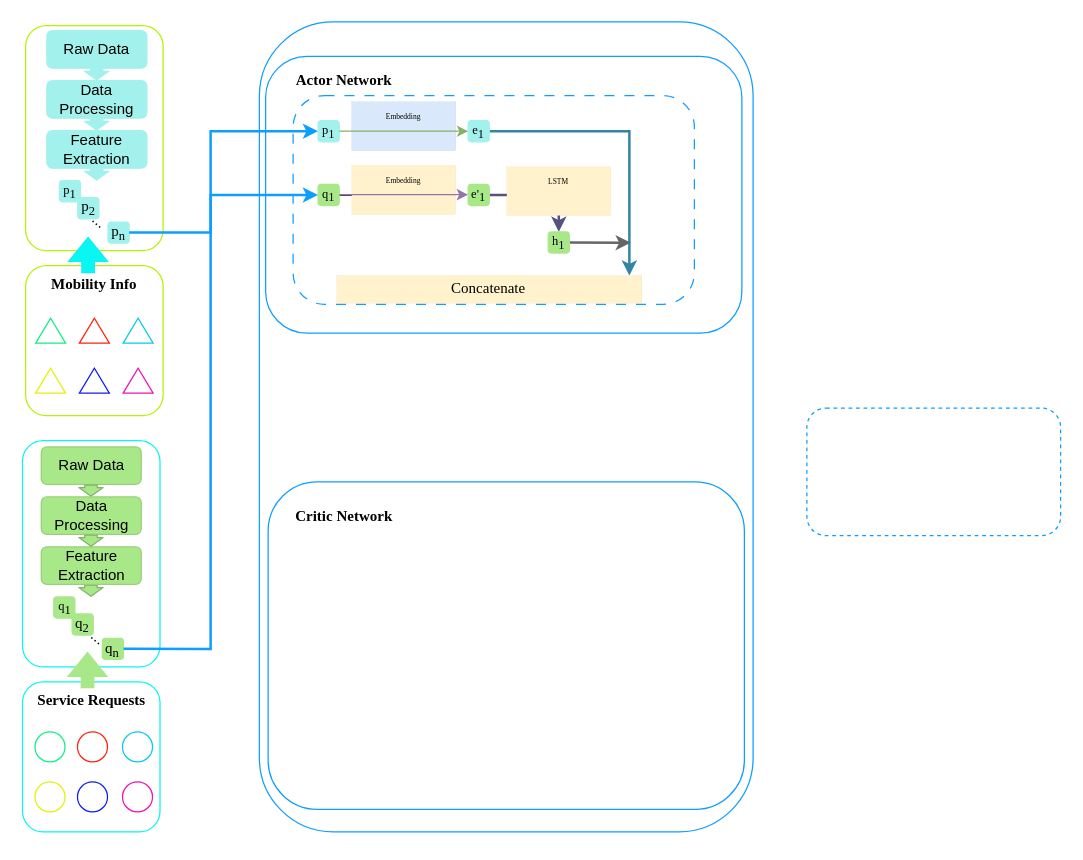
The draw.io diagram 3.drawio in DCLe-DA/Learning-DL-by-Hand, before the edit. Source tidied: cells renumbered, new cells numbered last; positions are measured from the earlier drawing's top-left corner, leaving out a move shared by most shapes. Both pictures are drawn from the tidied source at 125%, with x=0, y=0 at pixel (22, 21).
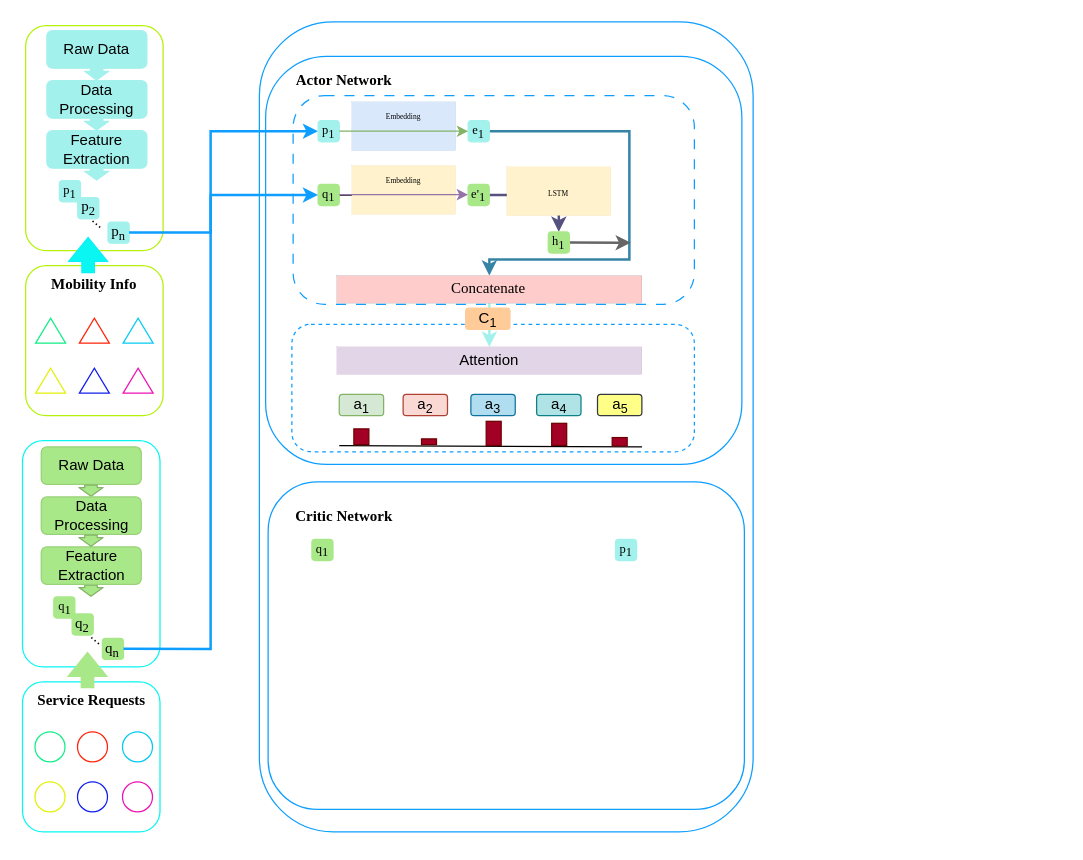
The same diagram, later.

Unchanged cells that the change refers to:
```xml
<mxCell id="74" value="&lt;font style=&quot;font-size: 10px;&quot; face=&quot;Times New Roman&quot;&gt;&lt;span style=&quot;font-size: 10px;&quot;&gt;e&lt;/span&gt;&lt;sub style=&quot;font-size: 10px;&quot;&gt;1&lt;/sub&gt;&lt;/font&gt;" style="whiteSpace=wrap;html=1;rounded=1;strokeColor=#A2F1EC;fillColor=#A2F1EC;" parent="1" vertex="1">
  <mxGeometry x="356" y="79" width="16.9" height="16.9" as="geometry" />
</mxCell>
<mxCell id="84" style="group;" parent="1" vertex="1">
  <mxGeometry x="387" y="116" width="83" height="38.9" as="geometry" />
</mxCell>
```

The edit, as a diff of the source:
```diff
@@
+    <mxCell id="93" style="edgeStyle=none;rounded=0;jettySize=auto;html=1;exitX=0.5;exitY=1;exitDx=0;exitDy=0;fontFamily=Helvetica;fontSize=12;fontColor=default;strokeWidth=2;strokeColor=#A2F1EC;" parent="1" edge="1" source="91" target="96">
+      <mxGeometry relative="1" as="geometry" />
+    </mxCell>
@@
     <mxCell id="63" style="rounded=1;whiteSpace=wrap;html=1;strokeWidth=1;fontFamily=Helvetica;fontSize=12;fontColor=default;fillColor=none;gradientColor=none;strokeColor=#0D9EFF;" parent="1" vertex="1">
-      <mxGeometry x="194" y="27.5" width="381" height="221.5" as="geometry" />
+      <mxGeometry x="194" y="27.5" width="381" height="326.5" as="geometry" />
     </mxCell>
@@
     <mxCell id="68" style="rounded=1;whiteSpace=wrap;html=1;strokeWidth=1;fontFamily=Helvetica;fontSize=12;fontColor=default;fillColor=none;gradientColor=none;strokeColor=#0D9EFF;dashed=1;" parent="1" vertex="1">
-      <mxGeometry x="627" y="309" width="203" height="102" as="geometry" />
+      <mxGeometry x="215" y="241.9" width="322" height="102" as="geometry" />
     </mxCell>
@@
-    <mxCell id="73" style="edgeStyle=orthogonalEdgeStyle;rounded=0;jettySize=auto;html=1;exitX=1;exitY=0.5;exitDx=0;exitDy=0;fontFamily=Helvetica;fontSize=12;fontColor=default;strokeWidth=2;fillColor=#e1d5e7;strokeColor=#3584A6;" parent="1" edge="1" source="74" target="91">
+    <mxCell id="73" style="edgeStyle=orthogonalEdgeStyle;rounded=0;jettySize=auto;html=1;exitX=1;exitY=0.5;exitDx=0;exitDy=0;fontFamily=Helvetica;fontSize=12;fontColor=default;strokeWidth=2;fillColor=#e1d5e7;strokeColor=#3584A6;entryX=0.5;entryY=0;entryDx=0;entryDy=0;" parent="1" edge="1" source="74" target="91">
       <mxGeometry relative="1" as="geometry">
         <Array as="points">
           <mxPoint x="485" y="87" />
+          <mxPoint x="485" y="190" />
+          <mxPoint x="373" y="190" />
         </Array>
       </mxGeometry>
     </mxCell>
@@
     <mxCell id="86" value="&lt;font face=&quot;Times New Roman&quot; style=&quot;font-size: 6px;&quot;&gt;LSTM&lt;/font&gt;" style="text;strokeColor=none;align=center;fillColor=none;html=1;verticalAlign=middle;whiteSpace=wrap;rounded=0;fontSize=12;fontFamily=Helvetica;fontColor=default;" parent="84" vertex="1">
-      <mxGeometry x="30.2" y="5" width="22.5" height="10" as="geometry" />
+      <mxGeometry x="30.2" y="14.5" width="22.5" height="10" as="geometry" />
     </mxCell>
@@
     <mxCell id="90" style="group;" parent="1" vertex="1">
-      <mxGeometry x="331" y="203" width="164" height="38.9" as="geometry" />
+      <mxGeometry x="331" y="203" width="164" height="47" as="geometry" />
     </mxCell>
-    <mxCell id="91" style="rounded=0;whiteSpace=wrap;html=1;strokeWidth=0;fontFamily=Helvetica;fontSize=12;fillColor=#fff2cc;strokeColor=#d6b656;" parent="90" vertex="1">
+    <mxCell id="91" style="rounded=0;whiteSpace=wrap;html=1;strokeWidth=0;fontFamily=Helvetica;fontSize=12;fillColor=#ffcccc;strokeColor=#36393d;" parent="90" vertex="1">
       <mxGeometry x="-80" width="244" height="22" as="geometry" />
     </mxCell>
@@
+    <mxCell id="94" value="C&lt;sub&gt;1&lt;/sub&gt;" style="rounded=1;whiteSpace=wrap;html=1;strokeWidth=1;fontFamily=Helvetica;fontSize=12;fillColor=#ffcc99;strokeColor=#FFCC99;" parent="90" vertex="1">
+      <mxGeometry x="23" y="26" width="35.5" height="17" as="geometry" />
+    </mxCell>
+    <mxCell id="95" style="edgeStyle=none;rounded=0;orthogonalLoop=1;jettySize=auto;html=1;exitX=0;exitY=0;exitDx=0;exitDy=0;fontFamily=Helvetica;fontSize=12;fontColor=default;" parent="90" edge="1" source="94" target="94">
+      <mxGeometry relative="1" as="geometry" />
+    </mxCell>
+    <mxCell id="96" value="Attention" style="rounded=0;whiteSpace=wrap;html=1;strokeWidth=0;fontFamily=Helvetica;fontSize=12;fillColor=#e1d5e7;strokeColor=#9673a6;" parent="1" vertex="1">
+      <mxGeometry x="251" y="260" width="244" height="22" as="geometry" />
+    </mxCell>
+    <mxCell id="97" value="a&lt;sub&gt;1&lt;/sub&gt;" style="rounded=1;whiteSpace=wrap;html=1;strokeWidth=1;fontFamily=Helvetica;fontSize=12;fillColor=#d5e8d4;strokeColor=#82b366;" parent="1" vertex="1">
+      <mxGeometry x="252.9" y="298" width="35.5" height="17" as="geometry" />
+    </mxCell>
+    <mxCell id="98" value="a&lt;sub&gt;3&lt;/sub&gt;" style="rounded=1;whiteSpace=wrap;html=1;strokeWidth=1;fontFamily=Helvetica;fontSize=12;fillColor=#b1ddf0;strokeColor=#10739e;" parent="1" vertex="1">
+      <mxGeometry x="358.2" y="298" width="35.5" height="17" as="geometry" />
+    </mxCell>
+    <mxCell id="99" value="a&lt;sub&gt;2&lt;/sub&gt;" style="rounded=1;whiteSpace=wrap;html=1;strokeWidth=1;fontFamily=Helvetica;fontSize=12;fillColor=#fad9d5;strokeColor=#ae4132;" parent="1" vertex="1">
+      <mxGeometry x="304" y="298" width="35.5" height="17" as="geometry" />
+    </mxCell>
+    <mxCell id="100" value="a&lt;sub&gt;5&lt;/sub&gt;" style="rounded=1;whiteSpace=wrap;html=1;strokeWidth=1;fontFamily=Helvetica;fontSize=12;fillColor=#ffff88;strokeColor=#36393d;" parent="1" vertex="1">
+      <mxGeometry x="459.5" y="298" width="35.5" height="17" as="geometry" />
+    </mxCell>
+    <mxCell id="101" value="a&lt;sub&gt;4&lt;/sub&gt;" style="rounded=1;whiteSpace=wrap;html=1;strokeWidth=1;fontFamily=Helvetica;fontSize=12;fillColor=#b0e3e6;strokeColor=#0e8088;" parent="1" vertex="1">
+      <mxGeometry x="410.8" y="298" width="35.5" height="17" as="geometry" />
+    </mxCell>
+    <mxCell id="102" style="endArrow=none;html=1;rounded=0;fontFamily=Helvetica;fontSize=12;fontColor=default;entryX=0.87;entryY=0.961;entryDx=0;entryDy=0;entryPerimeter=0;" parent="1" edge="1" target="68">
+      <mxGeometry relative="1" as="geometry">
+        <mxPoint x="252.9" y="339" as="sourcePoint" />
+      </mxGeometry>
+    </mxCell>
+    <mxCell id="103" style="rounded=0;whiteSpace=wrap;html=1;strokeWidth=1;fontFamily=Helvetica;fontSize=12;fontColor=#ffffff;fillColor=#a20025;rotation=-90;strokeColor=#6F0000;" parent="1" vertex="1">
+      <mxGeometry x="264.3" y="325.9" width="12.6" height="12" as="geometry" />
+    </mxCell>
+    <mxCell id="104" style="rounded=0;whiteSpace=wrap;html=1;strokeWidth=1;fontFamily=Helvetica;fontSize=12;fontColor=#ffffff;fillColor=#a20025;rotation=-90;strokeColor=#6F0000;" parent="1" vertex="1">
+      <mxGeometry x="322.4" y="329.9" width="4.6" height="12" as="geometry" />
+    </mxCell>
+    <mxCell id="105" style="rounded=0;whiteSpace=wrap;html=1;strokeWidth=1;fontFamily=Helvetica;fontSize=12;fontColor=#ffffff;fillColor=#a20025;rotation=-90;strokeColor=#6F0000;" parent="1" vertex="1">
+      <mxGeometry x="366.8" y="323.2" width="19.3" height="12" as="geometry" />
+    </mxCell>
+    <mxCell id="106" style="rounded=0;whiteSpace=wrap;html=1;strokeWidth=1;fontFamily=Helvetica;fontSize=12;fontColor=#ffffff;fillColor=#a20025;rotation=-90;strokeColor=#6F0000;" parent="1" vertex="1">
+      <mxGeometry x="420" y="324" width="17.7" height="12" as="geometry" />
+    </mxCell>
+    <mxCell id="107" style="rounded=0;whiteSpace=wrap;html=1;strokeWidth=1;fontFamily=Helvetica;fontSize=12;fontColor=#ffffff;fillColor=#a20025;rotation=-90;strokeColor=#6F0000;" parent="1" vertex="1">
+      <mxGeometry x="473.9" y="329.9" width="6.7" height="12" as="geometry" />
+    </mxCell>
+    <mxCell id="108" value="&lt;font style=&quot;font-size: 10px;&quot; face=&quot;Times New Roman&quot;&gt;q&lt;sub style=&quot;font-size: 10px;&quot;&gt;1&lt;/sub&gt;&lt;/font&gt;" style="whiteSpace=wrap;html=1;rounded=1;strokeColor=#A9E889;fillColor=#A9E889;" parent="1" vertex="1">
+      <mxGeometry x="231" y="414" width="16.9" height="16.9" as="geometry" />
+    </mxCell>
+    <mxCell id="109" value="&lt;font style=&quot;font-size: 10px;&quot; face=&quot;Times New Roman&quot;&gt;&lt;span style=&quot;font-size: 10px;&quot;&gt;p&lt;/span&gt;&lt;sub style=&quot;font-size: 10px;&quot;&gt;1&lt;/sub&gt;&lt;/font&gt;" style="whiteSpace=wrap;html=1;rounded=1;strokeColor=#A2F1EC;fillColor=#A2F1EC;" parent="1" vertex="1">
+      <mxGeometry x="473.9" y="414" width="16.9" height="16.9" as="geometry" />
+    </mxCell>
```
